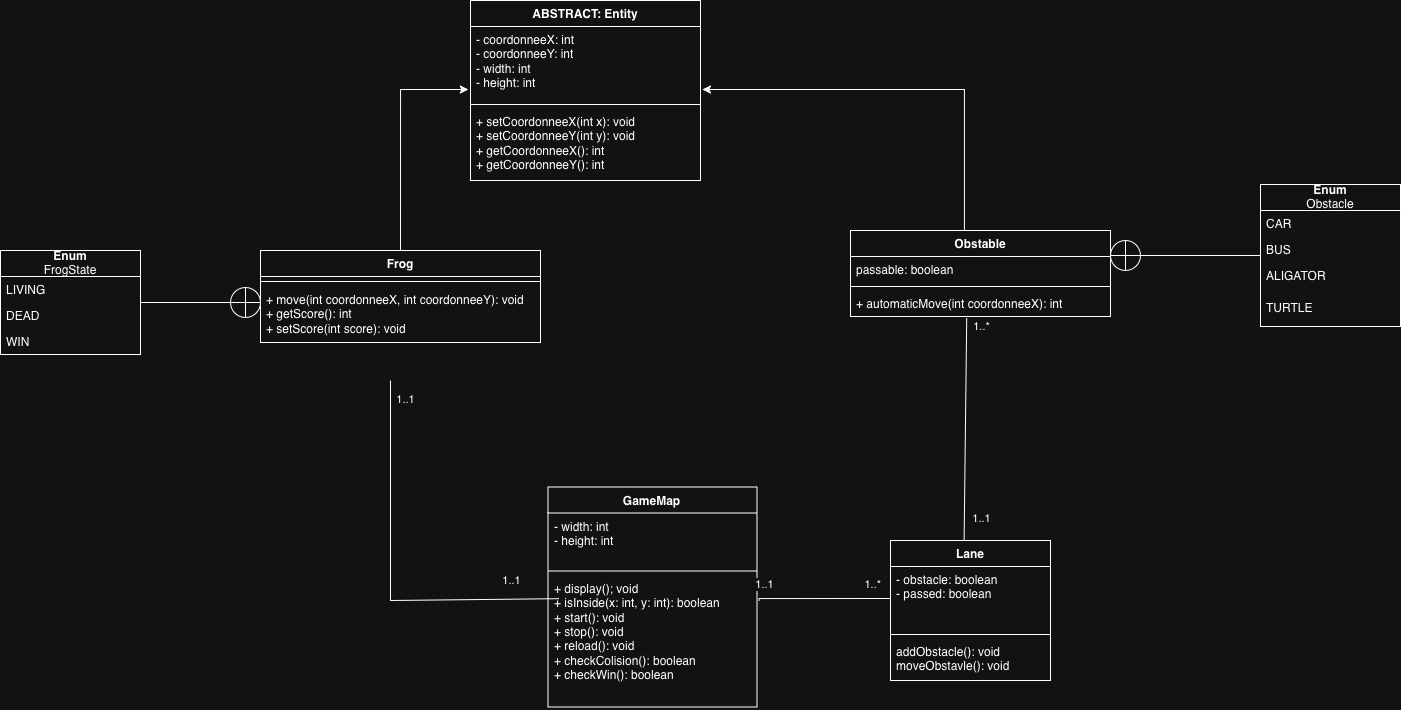
The draw.io diagram diagrams/Diagram.png in quentinhouillon/Frogger, before a commit. Source tidied: cells renumbered, new cells last; positions are measured from the earlier drawing's top-left corner, leaving out a move shared by most shapes.
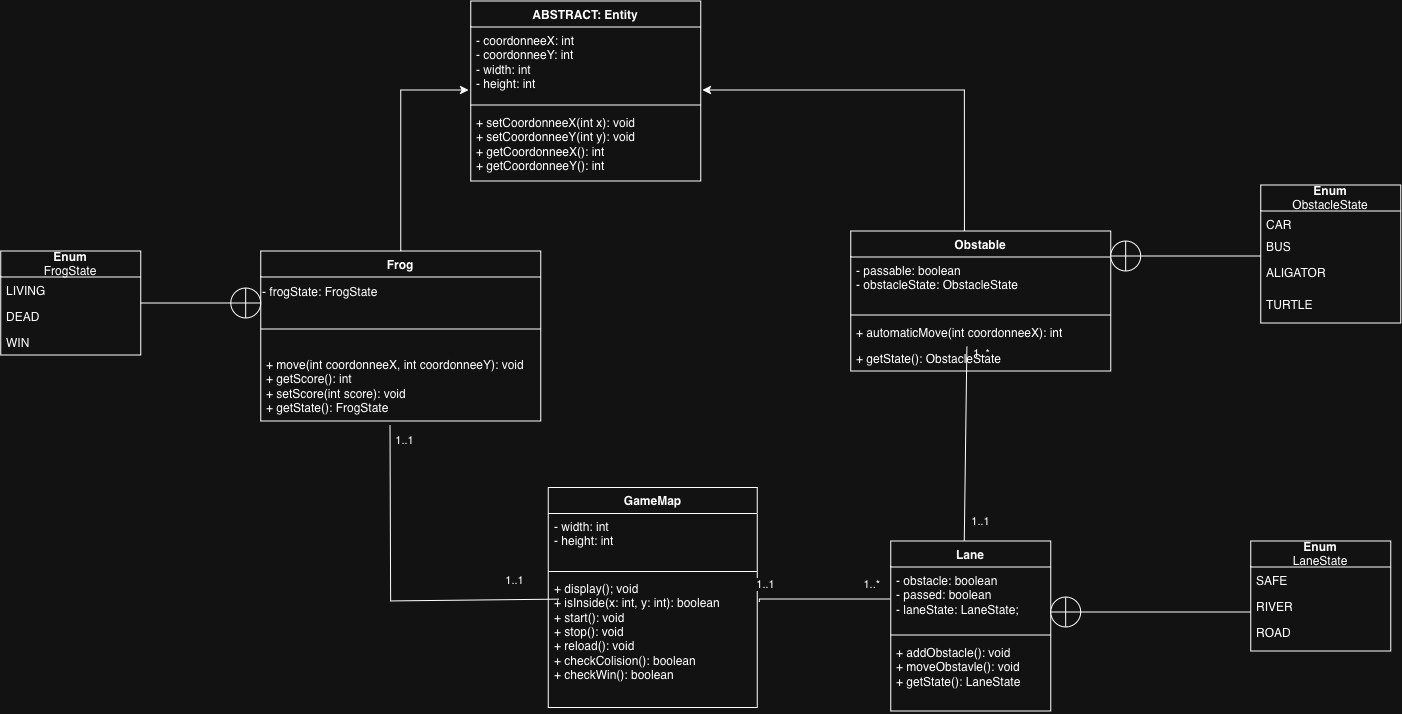
After the commit.

The edit, as a diff of the source:
```diff
@@ -15,39 +15,41 @@
       <mxGeometry y="108" width="230" height="72" as="geometry" />
     </mxCell>
     <mxCell id="6" value="Frog" style="swimlane;fontStyle=1;align=center;verticalAlign=top;horizontal=1;startSize=26;whiteSpace=wrap;html=1;" parent="1" vertex="1">
-      <mxGeometry x="260" y="250" width="280" height="92" as="geometry" />
+      <mxGeometry x="260" y="250" width="280" height="170" as="geometry" />
     </mxCell>
-    <mxCell id="7" style="line;strokeWidth=1;fillColor=none;align=left;verticalAlign=middle;spacingTop=-1;spacingLeft=3;spacingRight=3;labelPosition=right;strokeColor=inherit;" parent="6" vertex="1">
-      <mxGeometry y="26" width="280" height="10" as="geometry" />
-    </mxCell>
-    <mxCell id="8" value="&lt;div&gt;+ move(int coordonneeX, int coordonneeY): void&lt;/div&gt;&lt;div&gt;+ getScore(): int&lt;/div&gt;&lt;div&gt;+ setScore(int score): void&lt;/div&gt;" style="text;strokeColor=none;fillColor=none;align=left;verticalAlign=top;spacingLeft=4;spacingRight=4;overflow=hidden;whiteSpace=wrap;html=1;" parent="6" vertex="1">
-      <mxGeometry y="36" width="280" height="56" as="geometry" />
-    </mxCell>
+    <mxCell id="45" value="&lt;div&gt;- frogState: FrogState&lt;/div&gt;" style="text;html=1;whiteSpace=wrap;strokeColor=none;fillColor=none;align=left;verticalAlign=middle;rounded=0;" parent="6" vertex="1">
+      <mxGeometry y="26" width="280" height="30" as="geometry" />
+    </mxCell>
+    <mxCell id="46" style="line;strokeWidth=1;fillColor=none;align=left;verticalAlign=middle;spacingTop=-1;spacingLeft=3;spacingRight=3;labelPosition=right;strokeColor=inherit;" parent="6" vertex="1">
+      <mxGeometry y="56" width="280" height="44" as="geometry" />
+    </mxCell>
+    <mxCell id="47" value="&lt;div&gt;+ move(int coordonneeX, int coordonneeY): void&lt;/div&gt;&lt;div&gt;+ getScore(): int&lt;/div&gt;&lt;div&gt;+ setScore(int score): void&lt;/div&gt;&lt;div&gt;+ getState(): FrogState&lt;/div&gt;" style="text;strokeColor=none;fillColor=none;align=left;verticalAlign=top;spacingLeft=4;spacingRight=4;overflow=hidden;points=[[0,0.5],[1,0.5]];portConstraint=eastwest;whiteSpace=wrap;html=1;" parent="6" vertex="1">
+      <mxGeometry y="100" width="280" height="70" as="geometry" />
+    </mxCell>
     <mxCell id="9" style="edgeStyle=orthogonalEdgeStyle;rounded=0;jettySize=auto;html=1;exitX=0.5;exitY=0;exitDx=0;exitDy=0;entryX=-0.009;entryY=0.851;entryDx=0;entryDy=0;entryPerimeter=0;" parent="1" edge="1" source="6" target="3">
       <mxGeometry relative="1" as="geometry" />
     </mxCell>
     <mxCell id="10" style="edgeStyle=orthogonalEdgeStyle;rounded=0;jettySize=auto;html=1;entryX=1.008;entryY=0.851;entryDx=0;entryDy=0;entryPerimeter=0;exitX=0.438;exitY=0;exitDx=0;exitDy=0;exitPerimeter=0;" parent="1" edge="1" source="28" target="3">
       <mxGeometry relative="1" as="geometry" />
     </mxCell>
-    <mxCell id="11" style="endArrow=none;html=1;rounded=0;exitX=-0.017;exitY=0.095;exitDx=0;exitDy=0;exitPerimeter=0;" parent="1" edge="1">
-      <mxGeometry relative="1" as="geometry">
-        <mxPoint x="558.1" y="598.2" as="sourcePoint" />
-        <mxPoint x="390" y="380" as="targetPoint" />
-        <Array as="points">
-          <mxPoint x="390" y="600" />
-        </Array>
-      </mxGeometry>
-    </mxCell>
-    <mxCell id="12" value="1..1" style="edgeLabel;html=1;align=center;verticalAlign=middle;" parent="11" vertex="1">
-      <mxGeometry x="0.88" y="-4" relative="1" as="geometry">
-        <mxPoint x="10" y="-6" as="offset" />
-      </mxGeometry>
-    </mxCell>
-    <mxCell id="13" value="1..1" style="edgeLabel;html=1;align=center;verticalAlign=middle;" parent="11" vertex="1">
-      <mxGeometry x="-0.87" y="-2" relative="1" as="geometry">
-        <mxPoint x="-23" y="-17" as="offset" />
-      </mxGeometry>
-    </mxCell>
+    <mxCell id="48" style="endArrow=none;html=1;rounded=0;exitX=-0.017;exitY=0.095;exitDx=0;exitDy=0;exitPerimeter=0;entryX=0.462;entryY=1.051;entryDx=0;entryDy=0;entryPerimeter=0;" parent="1" edge="1" target="47">
+      <mxGeometry relative="1" as="geometry">
+        <mxPoint x="558.1" y="598.2" as="sourcePoint" />
+        <Array as="points">
+          <mxPoint x="390" y="600" />
+        </Array>
+      </mxGeometry>
+    </mxCell>
+    <mxCell id="49" value="1..1" style="edgeLabel;html=1;align=center;verticalAlign=middle;" parent="48" vertex="1">
+      <mxGeometry x="0.88" y="-4" relative="1" as="geometry">
+        <mxPoint x="10" y="-6" as="offset" />
+      </mxGeometry>
+    </mxCell>
+    <mxCell id="50" value="1..1" style="edgeLabel;html=1;align=center;verticalAlign=middle;" parent="48" vertex="1">
+      <mxGeometry x="-0.87" y="-2" relative="1" as="geometry">
+        <mxPoint x="-23" y="-17" as="offset" />
+      </mxGeometry>
+    </mxCell>
     <mxCell id="14" style="endArrow=none;html=1;rounded=0;entryX=0.447;entryY=1.065;entryDx=0;entryDy=0;entryPerimeter=0;exitX=0.46;exitY=-0.002;exitDx=0;exitDy=0;exitPerimeter=0;" parent="1" edge="1" source="21" target="31">
       <mxGeometry relative="1" as="geometry" />
     </mxCell>
@@ -56,11 +58,11 @@
         <mxPoint x="10" y="-6" as="offset" />
       </mxGeometry>
     </mxCell>
-    <mxCell id="16" value="1..1" style="edgeLabel;html=1;align=center;verticalAlign=middle;" parent="14" vertex="1">
-      <mxGeometry x="-0.87" y="-2" relative="1" as="geometry">
-        <mxPoint x="14" y="-8" as="offset" />
-      </mxGeometry>
-    </mxCell>
+    <mxCell id="51" value="1..1" style="edgeLabel;html=1;align=center;verticalAlign=middle;" parent="14" vertex="1">
+      <mxGeometry x="-0.87" y="-2" relative="1" as="geometry">
+        <mxPoint x="14" y="-8" as="offset" />
+      </mxGeometry>
+    </mxCell>
     <mxCell id="17" value="GameMap" style="swimlane;fontStyle=1;align=center;verticalAlign=top;horizontal=1;startSize=26;whiteSpace=wrap;html=1;" parent="1" vertex="1">
       <mxGeometry x="547.5" y="486.5" width="209" height="220" as="geometry" />
     </mxCell>
@@ -74,46 +76,49 @@
       <mxGeometry y="88" width="209" height="132" as="geometry" />
     </mxCell>
     <mxCell id="21" value="Lane" style="swimlane;fontStyle=1;align=center;verticalAlign=top;horizontal=1;startSize=26;whiteSpace=wrap;html=1;" parent="1" vertex="1">
-      <mxGeometry x="890" y="540" width="160" height="140" as="geometry" />
+      <mxGeometry x="890" y="540" width="160" height="170" as="geometry" />
     </mxCell>
-    <mxCell id="22" value="&lt;div&gt;- obstacle: boolean&lt;/div&gt;- passed: boolean" style="text;strokeColor=none;fillColor=none;align=left;verticalAlign=top;spacingLeft=4;spacingRight=4;overflow=hidden;points=[[0,0.5],[1,0.5]];portConstraint=eastwest;whiteSpace=wrap;html=1;" parent="21" vertex="1">
-      <mxGeometry y="26" width="160" height="64" as="geometry" />
-    </mxCell>
+    <mxCell id="52" value="&lt;div&gt;- obstacle: boolean&lt;/div&gt;&lt;div&gt;- passed: boolean&lt;/div&gt;- laneState: LaneState;" style="text;strokeColor=none;fillColor=none;align=left;verticalAlign=top;spacingLeft=4;spacingRight=4;overflow=hidden;points=[[0,0.5],[1,0.5]];portConstraint=eastwest;whiteSpace=wrap;html=1;" parent="21" vertex="1">
+      <mxGeometry y="26" width="160" height="64" as="geometry" />
+    </mxCell>
     <mxCell id="23" style="line;strokeWidth=1;fillColor=none;align=left;verticalAlign=middle;spacingTop=-1;spacingLeft=3;spacingRight=3;labelPosition=right;strokeColor=inherit;" parent="21" vertex="1">
       <mxGeometry y="90" width="160" height="8" as="geometry" />
     </mxCell>
-    <mxCell id="24" value="&lt;div&gt;addObstacle(): void&lt;/div&gt;&lt;div&gt;moveObstavle(): void&lt;/div&gt;" style="text;strokeColor=none;fillColor=none;align=left;verticalAlign=top;spacingLeft=4;spacingRight=4;overflow=hidden;whiteSpace=wrap;html=1;" parent="21" vertex="1">
-      <mxGeometry y="98" width="160" height="42" as="geometry" />
-    </mxCell>
-    <mxCell id="25" style="endArrow=none;html=1;edgeStyle=orthogonalEdgeStyle;rounded=0;entryX=0;entryY=0.5;entryDx=0;entryDy=0;exitX=1.01;exitY=0.198;exitDx=0;exitDy=0;exitPerimeter=0;" parent="1" edge="1" source="20" target="22">
-      <mxGeometry relative="1" as="geometry">
-        <Array as="points">
-          <mxPoint x="759" y="598" />
-        </Array>
-      </mxGeometry>
-    </mxCell>
+    <mxCell id="53" value="&lt;div&gt;+ addObstacle(): void&lt;/div&gt;&lt;div&gt;+ moveObstavle(): void&lt;/div&gt;&lt;div&gt;+ getState(): LaneState&lt;/div&gt;" style="text;strokeColor=none;fillColor=none;align=left;verticalAlign=top;spacingLeft=4;spacingRight=4;overflow=hidden;whiteSpace=wrap;html=1;" parent="21" vertex="1">
+      <mxGeometry y="98" width="160" height="72" as="geometry" />
+    </mxCell>
+    <mxCell id="54" style="endArrow=none;html=1;edgeStyle=orthogonalEdgeStyle;rounded=0;entryX=0;entryY=0.5;entryDx=0;entryDy=0;exitX=1.01;exitY=0.198;exitDx=0;exitDy=0;exitPerimeter=0;" parent="1" edge="1" source="20" target="52">
+      <mxGeometry relative="1" as="geometry">
+        <Array as="points">
+          <mxPoint x="759" y="598" />
+        </Array>
+      </mxGeometry>
+    </mxCell>
-    <mxCell id="26" value="1..*" style="edgeLabel;html=1;align=right;verticalAlign=bottom;" parent="25" vertex="1">
+    <mxCell id="26" value="1..*" style="edgeLabel;html=1;align=right;verticalAlign=bottom;" parent="54" vertex="1">
       <mxGeometry x="1" relative="1" as="geometry">
         <mxPoint x="-10" y="-6" as="offset" />
       </mxGeometry>
     </mxCell>
-    <mxCell id="27" value="1..1" style="edgeLabel;html=1;align=center;verticalAlign=middle;" parent="25" vertex="1">
-      <mxGeometry x="-0.89" y="2" relative="1" as="geometry">
-        <mxPoint y="-13" as="offset" />
-      </mxGeometry>
-    </mxCell>
+    <mxCell id="55" value="1..1" style="edgeLabel;html=1;align=center;verticalAlign=middle;" parent="54" vertex="1">
+      <mxGeometry x="-0.89" y="2" relative="1" as="geometry">
+        <mxPoint y="-13" as="offset" />
+      </mxGeometry>
+    </mxCell>
     <mxCell id="28" value="Obstable" style="swimlane;fontStyle=1;align=center;verticalAlign=top;horizontal=1;startSize=26;whiteSpace=wrap;html=1;" parent="1" vertex="1">
-      <mxGeometry x="850" y="230" width="260" height="86" as="geometry" />
+      <mxGeometry x="850" y="230" width="260" height="140" as="geometry" />
     </mxCell>
-    <mxCell id="29" value="passable: boolean" style="text;strokeColor=none;fillColor=none;align=left;verticalAlign=top;spacingLeft=4;spacingRight=4;overflow=hidden;whiteSpace=wrap;html=1;" parent="28" vertex="1">
-      <mxGeometry y="26" width="260" height="26" as="geometry" />
-    </mxCell>
-    <mxCell id="30" style="line;strokeWidth=1;fillColor=none;align=left;verticalAlign=middle;spacingTop=-1;spacingLeft=3;spacingRight=3;labelPosition=right;strokeColor=inherit;" parent="28" vertex="1">
-      <mxGeometry y="52" width="260" height="8" as="geometry" />
-    </mxCell>
+    <mxCell id="56" value="&lt;div&gt;- passable: boolean&lt;/div&gt;&lt;div&gt;- obstacleState: ObstacleState&lt;/div&gt;" style="text;strokeColor=none;fillColor=none;align=left;verticalAlign=top;spacingLeft=4;spacingRight=4;overflow=hidden;whiteSpace=wrap;html=1;" parent="28" vertex="1">
+      <mxGeometry y="26" width="260" height="54" as="geometry" />
+    </mxCell>
+    <mxCell id="57" style="line;strokeWidth=1;fillColor=none;align=left;verticalAlign=middle;spacingTop=-1;spacingLeft=3;spacingRight=3;labelPosition=right;strokeColor=inherit;" parent="28" vertex="1">
+      <mxGeometry y="80" width="260" height="8" as="geometry" />
+    </mxCell>
     <mxCell id="31" value="&lt;div&gt;+ automaticMove(int coordonneeX): int&lt;/div&gt;" style="text;strokeColor=none;fillColor=none;align=left;verticalAlign=top;spacingLeft=4;spacingRight=4;overflow=hidden;points=[[0,0.5],[1,0.5]];portConstraint=eastwest;whiteSpace=wrap;html=1;" parent="28" vertex="1">
-      <mxGeometry y="60" width="260" height="26" as="geometry" />
+      <mxGeometry y="88" width="260" height="26" as="geometry" />
     </mxCell>
+    <mxCell id="58" value="&lt;div&gt;+ getState(): ObstacleState&lt;/div&gt;" style="text;strokeColor=none;fillColor=none;align=left;verticalAlign=top;spacingLeft=4;spacingRight=4;overflow=hidden;whiteSpace=wrap;html=1;" parent="28" vertex="1">
+      <mxGeometry y="114" width="260" height="26" as="geometry" />
+    </mxCell>
     <mxCell id="32" value="&lt;div&gt;&lt;b&gt;Enum&lt;/b&gt;&lt;/div&gt;&lt;div&gt;FrogState&lt;/div&gt;" style="swimlane;fontStyle=0;horizontal=1;startSize=26;fillColor=none;whiteSpace=wrap;html=1;" parent="1" vertex="1">
       <mxGeometry y="250" width="140" height="104" as="geometry" />
     </mxCell>
@@ -126,32 +131,50 @@
     <mxCell id="35" value="WIN" style="text;strokeColor=none;fillColor=none;align=left;verticalAlign=top;spacingLeft=4;spacingRight=4;overflow=hidden;whiteSpace=wrap;html=1;" parent="32" vertex="1">
       <mxGeometry y="78" width="140" height="26" as="geometry" />
     </mxCell>
-    <mxCell id="36" style="verticalLabelPosition=bottom;verticalAlign=top;html=1;shape=mxgraph.flowchart.summing_function;" parent="1" vertex="1">
-      <mxGeometry x="230" y="287" width="30" height="30" as="geometry" />
-    </mxCell>
-    <mxCell id="37" style="line;strokeWidth=1;fillColor=none;align=left;verticalAlign=middle;spacingTop=-1;spacingLeft=3;spacingRight=3;labelPosition=right;strokeColor=inherit;" parent="1" vertex="1">
-      <mxGeometry x="140" y="298" width="90" height="8" as="geometry" />
-    </mxCell>
-    <mxCell id="38" value="&lt;div&gt;&lt;b&gt;Enum&lt;/b&gt;&lt;/div&gt;&lt;div&gt;Obstacle&lt;/div&gt;" style="swimlane;fontStyle=0;horizontal=1;startSize=26;fillColor=none;whiteSpace=wrap;html=1;" parent="1" vertex="1">
-      <mxGeometry x="1260" y="184" width="140" height="142" as="geometry" />
-    </mxCell>
+    <mxCell id="59" style="verticalLabelPosition=bottom;verticalAlign=top;html=1;shape=mxgraph.flowchart.summing_function;" parent="1" vertex="1">
+      <mxGeometry x="230" y="287" width="30" height="30" as="geometry" />
+    </mxCell>
+    <mxCell id="60" style="line;strokeWidth=1;fillColor=none;align=left;verticalAlign=middle;spacingTop=-1;spacingLeft=3;spacingRight=3;labelPosition=right;strokeColor=inherit;" parent="1" vertex="1">
+      <mxGeometry x="140" y="298" width="90" height="8" as="geometry" />
+    </mxCell>
+    <mxCell id="61" value="&lt;div&gt;&lt;b&gt;Enum&lt;/b&gt;&lt;/div&gt;&lt;div&gt;ObstacleState&lt;/div&gt;" style="swimlane;fontStyle=0;horizontal=1;startSize=26;fillColor=none;whiteSpace=wrap;html=1;" parent="1" vertex="1">
+      <mxGeometry x="1260" y="184" width="140" height="138" as="geometry" />
+    </mxCell>
-    <mxCell id="39" value="CAR" style="text;strokeColor=none;fillColor=none;align=left;verticalAlign=top;spacingLeft=4;spacingRight=4;overflow=hidden;whiteSpace=wrap;html=1;" parent="38" vertex="1">
-      <mxGeometry y="26" width="140" height="26" as="geometry" />
+    <mxCell id="39" value="CAR" style="text;strokeColor=none;fillColor=none;align=left;verticalAlign=top;spacingLeft=4;spacingRight=4;overflow=hidden;whiteSpace=wrap;html=1;" parent="61" vertex="1">
+      <mxGeometry y="26" width="140" height="22" as="geometry" />
     </mxCell>
-    <mxCell id="40" value="BUS&lt;span style=&quot;white-space: pre;&quot;&gt;&#9;&lt;/span&gt;" style="text;strokeColor=none;fillColor=none;align=left;verticalAlign=top;spacingLeft=4;spacingRight=4;overflow=hidden;whiteSpace=wrap;html=1;" parent="38" vertex="1">
-      <mxGeometry y="52" width="140" height="26" as="geometry" />
+    <mxCell id="40" value="BUS&lt;span style=&quot;white-space: pre;&quot;&gt;&#9;&lt;/span&gt;" style="text;strokeColor=none;fillColor=none;align=left;verticalAlign=top;spacingLeft=4;spacingRight=4;overflow=hidden;whiteSpace=wrap;html=1;" parent="61" vertex="1">
+      <mxGeometry y="48" width="140" height="26" as="geometry" />
     </mxCell>
-    <mxCell id="41" value="&lt;div&gt;ALIGATOR&lt;/div&gt;&lt;div&gt;&lt;br&gt;&lt;/div&gt;" style="text;strokeColor=none;fillColor=none;align=left;verticalAlign=top;spacingLeft=4;spacingRight=4;overflow=hidden;whiteSpace=wrap;html=1;" parent="38" vertex="1">
-      <mxGeometry y="78" width="140" height="32" as="geometry" />
+    <mxCell id="41" value="&lt;div&gt;ALIGATOR&lt;/div&gt;&lt;div&gt;&lt;br&gt;&lt;/div&gt;" style="text;strokeColor=none;fillColor=none;align=left;verticalAlign=top;spacingLeft=4;spacingRight=4;overflow=hidden;whiteSpace=wrap;html=1;" parent="61" vertex="1">
+      <mxGeometry y="74" width="140" height="32" as="geometry" />
     </mxCell>
-    <mxCell id="42" value="&lt;div&gt;TURTLE&lt;/div&gt;" style="text;strokeColor=none;fillColor=none;align=left;verticalAlign=top;spacingLeft=4;spacingRight=4;overflow=hidden;whiteSpace=wrap;html=1;" parent="38" vertex="1">
-      <mxGeometry y="110" width="140" height="32" as="geometry" />
+    <mxCell id="42" value="&lt;div&gt;TURTLE&lt;/div&gt;" style="text;strokeColor=none;fillColor=none;align=left;verticalAlign=top;spacingLeft=4;spacingRight=4;overflow=hidden;whiteSpace=wrap;html=1;" parent="61" vertex="1">
+      <mxGeometry y="106" width="140" height="32" as="geometry" />
     </mxCell>
-    <mxCell id="43" style="verticalLabelPosition=bottom;verticalAlign=top;html=1;shape=mxgraph.flowchart.summing_function;" parent="1" vertex="1">
-      <mxGeometry x="1110" y="240" width="30" height="30" as="geometry" />
-    </mxCell>
-    <mxCell id="44" style="line;strokeWidth=1;fillColor=none;align=left;verticalAlign=middle;spacingTop=-1;spacingLeft=3;spacingRight=3;labelPosition=right;strokeColor=inherit;" parent="1" vertex="1">
-      <mxGeometry x="1140" y="251" width="120" height="8" as="geometry" />
-    </mxCell>
+    <mxCell id="62" style="verticalLabelPosition=bottom;verticalAlign=top;html=1;shape=mxgraph.flowchart.summing_function;" parent="1" vertex="1">
+      <mxGeometry x="1110" y="240" width="30" height="30" as="geometry" />
+    </mxCell>
+    <mxCell id="63" style="line;strokeWidth=1;fillColor=none;align=left;verticalAlign=middle;spacingTop=-1;spacingLeft=3;spacingRight=3;labelPosition=right;strokeColor=inherit;" parent="1" vertex="1">
+      <mxGeometry x="1140" y="251" width="120" height="8" as="geometry" />
+    </mxCell>
+    <mxCell id="64" value="&lt;div&gt;&lt;b&gt;Enum&lt;/b&gt;&lt;/div&gt;&lt;div&gt;LaneState&lt;/div&gt;" style="swimlane;fontStyle=0;horizontal=1;startSize=26;fillColor=none;whiteSpace=wrap;html=1;" parent="1" vertex="1">
+      <mxGeometry x="1250" y="540" width="140" height="110" as="geometry" />
+    </mxCell>
+    <mxCell id="65" value="SAFE" style="text;strokeColor=none;fillColor=none;align=left;verticalAlign=top;spacingLeft=4;spacingRight=4;overflow=hidden;whiteSpace=wrap;html=1;" parent="64" vertex="1">
+      <mxGeometry y="26" width="140" height="26" as="geometry" />
+    </mxCell>
+    <mxCell id="66" value="RIVER" style="text;strokeColor=none;fillColor=none;align=left;verticalAlign=top;spacingLeft=4;spacingRight=4;overflow=hidden;whiteSpace=wrap;html=1;" parent="64" vertex="1">
+      <mxGeometry y="52" width="140" height="26" as="geometry" />
+    </mxCell>
+    <mxCell id="67" value="ROAD" style="text;strokeColor=none;fillColor=none;align=left;verticalAlign=top;spacingLeft=4;spacingRight=4;overflow=hidden;whiteSpace=wrap;html=1;" parent="64" vertex="1">
+      <mxGeometry y="78" width="140" height="32" as="geometry" />
+    </mxCell>
+    <mxCell id="68" style="line;strokeWidth=1;fillColor=none;align=left;verticalAlign=middle;spacingTop=-1;spacingLeft=3;spacingRight=3;labelPosition=right;strokeColor=inherit;" parent="1" vertex="1">
+      <mxGeometry x="1080" y="607" width="170" height="8" as="geometry" />
+    </mxCell>
+    <mxCell id="69" style="verticalLabelPosition=bottom;verticalAlign=top;html=1;shape=mxgraph.flowchart.summing_function;" parent="1" vertex="1">
+      <mxGeometry x="1050" y="596" width="30" height="30" as="geometry" />
+    </mxCell>
   </root>
 </mxGraphModel>
```
